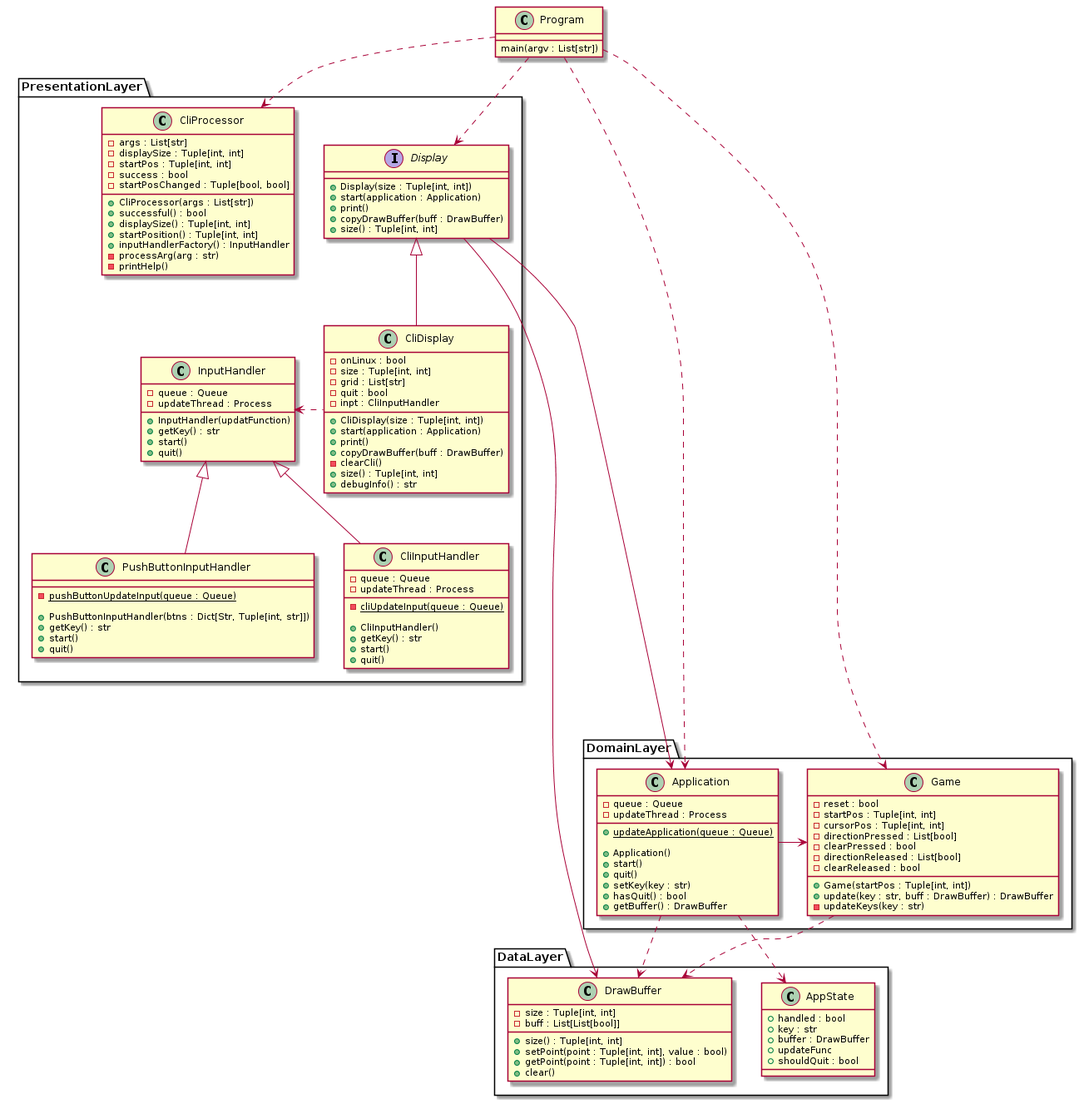
Earlier version of the PlantUML export hw02/docs/etch-a-sketch-class.png (blueOkiris/EmbeddedLinuxClass).
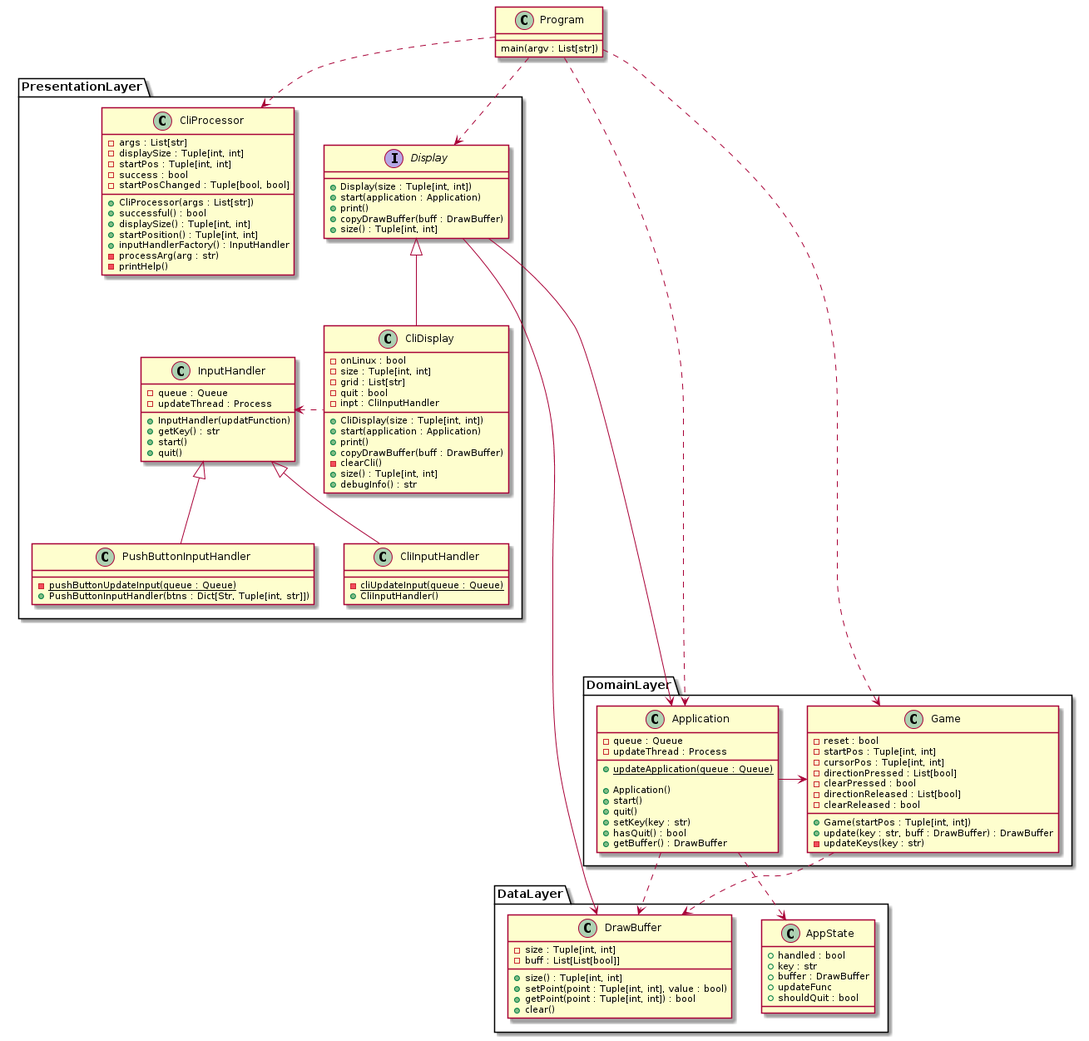
Later version of the same file.

Commit message:
Updated class diagram

The edit, as a diff of the source:
```diff
@@ -57,23 +57,12 @@
 
     class PushButtonInputHandler {
         - {static} pushButtonUpdateInput(queue : Queue)
-
         + PushButtonInputHandler(btns : Dict[Str, Tuple[int, str]])
-        + getKey() : str
-        + start()
-        + quit()
     }
 
     class CliInputHandler {
-        - queue : Queue
-        - updateThread : Process
-
         - {static} cliUpdateInput(queue : Queue)
-
         + CliInputHandler()
-        + getKey() : str
-        + start()
-        + quit()
     }
 
     CliDisplay .l.> InputHandler
```
